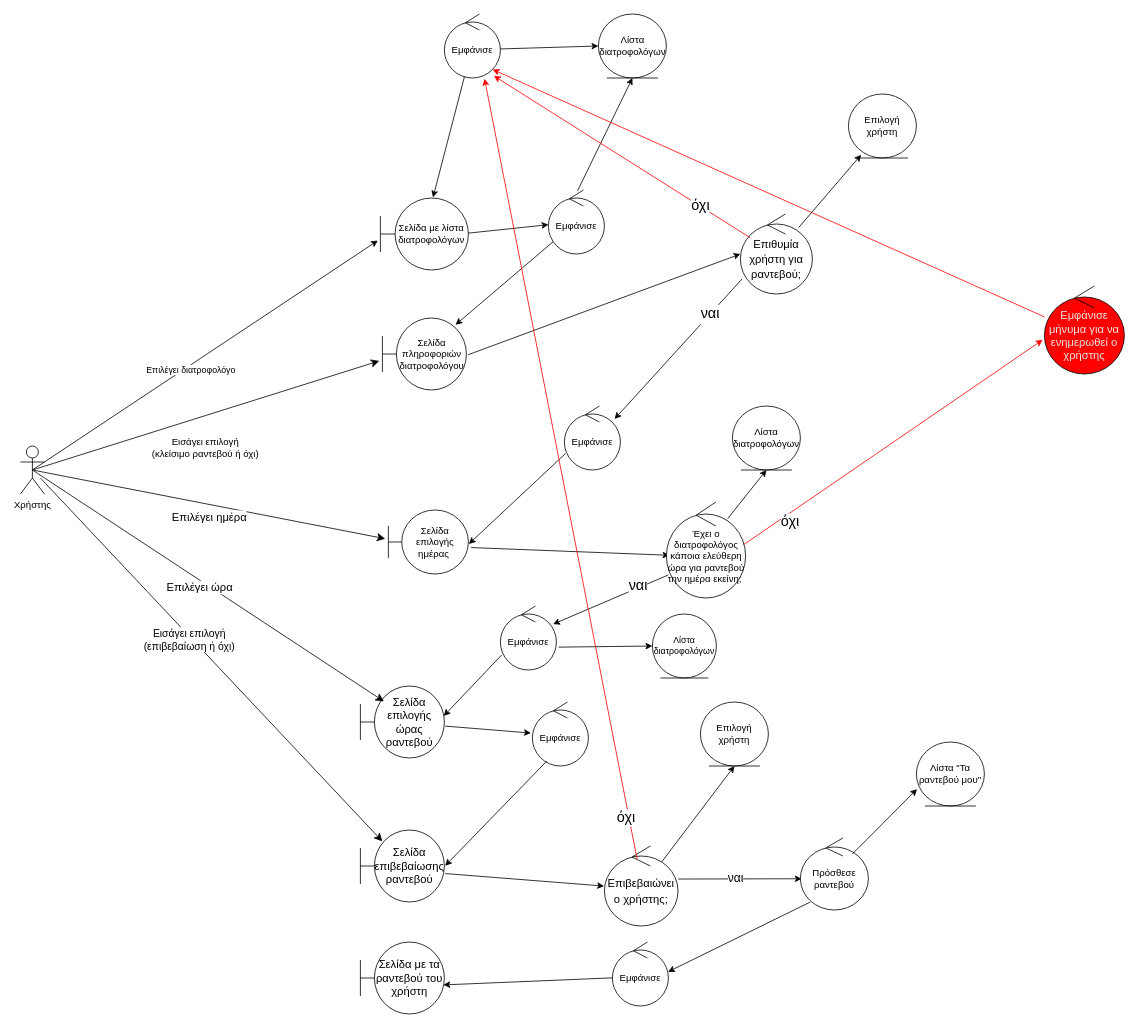
Above: ΠΕΜΠΤΟ ΠΑΡΑΔΟΤΕΟ/ΔΙΟΡΘΩΣΕΙΣ ΠΡΟΗΓΟΥΜΕΝΩΝ ΠΑΡΑΔΟΤΕΩΝ/Robustness-diagrams-v0.3/rd_ραντεβού_με_διατροφολόγο-v0.3.drawio in Dionkaps/Eu-Zin (draw.io), before the change. Source tidied: cells renumbered, new cells numbered last; positions are measured from the earlier drawing's top-left corner, leaving out a move shared by most shapes. Both pictures are drawn from the tidied source at 80%, with x=0, y=0 at pixel (20, 14).
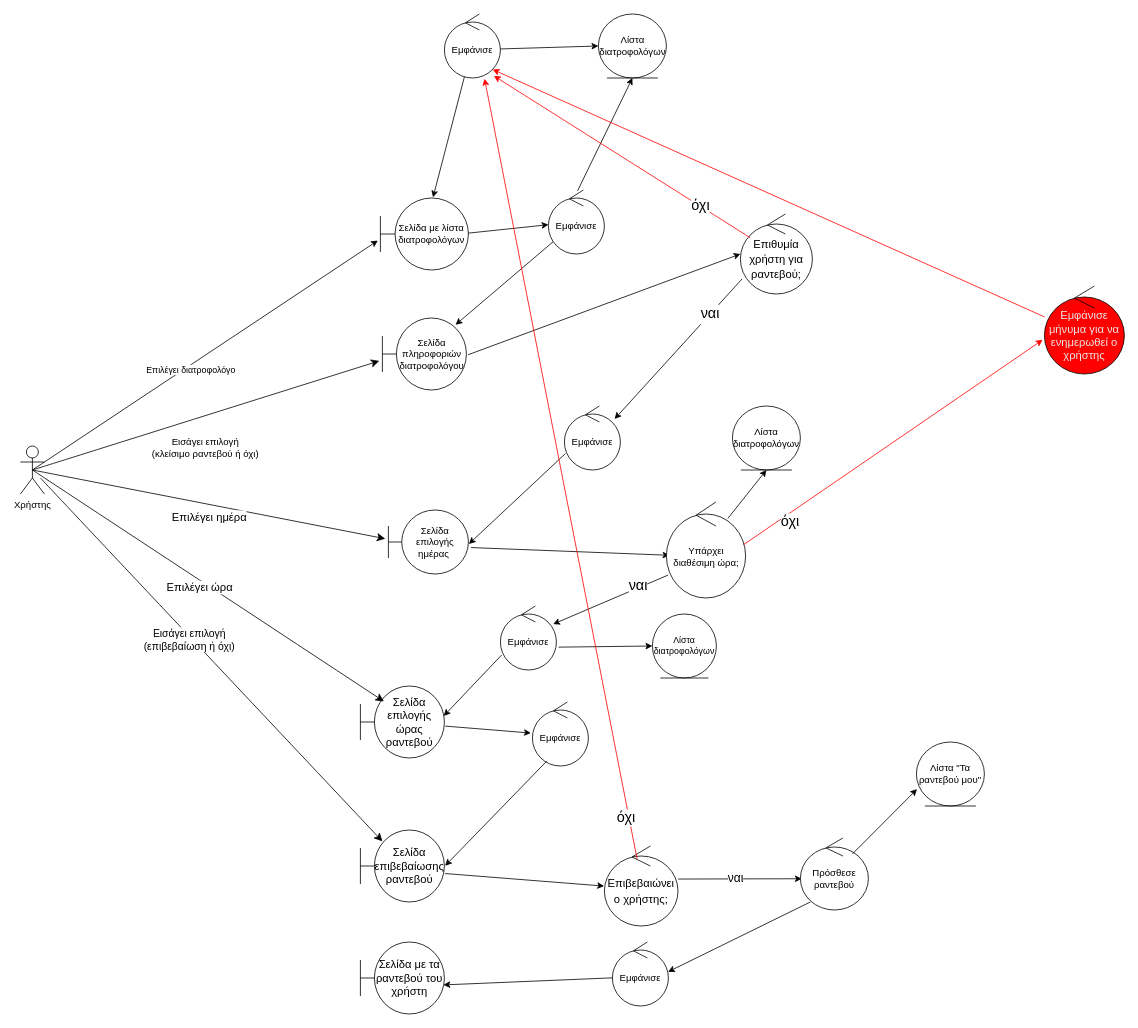
Above is the later version.

The change refers to these unchanged cells:
```xml
<mxCell id="17" value="&lt;span style=&quot;font-size: 14px;&quot;&gt;Επιθυμία χρήστη για ραντεβού;&lt;/span&gt;" style="ellipse;shape=umlControl;whiteSpace=wrap;html=1;fontSize=16;strokeColor=#000000;fontColor=#000000;" parent="1" vertex="1">
  <mxGeometry x="900" y="250" width="90" height="100" as="geometry" />
</mxCell>
<mxCell id="45" value="&lt;span style=&quot;font-size: 14px;&quot;&gt;Επιβεβαιώνει ο χρήστης;&lt;/span&gt;" style="ellipse;shape=umlControl;whiteSpace=wrap;html=1;fontSize=16;strokeColor=#000000;fontColor=#000000;" parent="1" vertex="1">
  <mxGeometry x="730" y="1040" width="92" height="100" as="geometry" />
</mxCell>
```

What changed in the source:
```diff
@@
-    <mxCell id="25" value="&lt;font style=&quot;font-size: 12px;&quot;&gt;&lt;font style=&quot;font-size: 12px;&quot;&gt;Έχει ο διατροφολόγος κάποια ελεύθερη ώρα για ραντεβού την ημέρα εκείνη&lt;/font&gt;;&amp;nbsp;&lt;/font&gt;" style="ellipse;shape=umlControl;whiteSpace=wrap;html=1;strokeColor=#000000;fontColor=#000000;fontSize=12;" parent="1" vertex="1">
+    <mxCell id="25" value="Υπάρχει διαθέσιμη ώρα;" style="ellipse;shape=umlControl;whiteSpace=wrap;html=1;strokeColor=#000000;fontColor=#000000;fontSize=12;" parent="1" vertex="1">
       <mxGeometry x="807.5" y="610" width="99" height="120" as="geometry" />
     </mxCell>
@@
-    <mxCell id="64" value="&lt;font&gt;Επιλογή χρήστη&lt;/font&gt;" style="ellipse;shape=umlEntity;whiteSpace=wrap;html=1;strokeColor=#000000;fontColor=#000000;" parent="1" vertex="1">
-      <mxGeometry x="850" y="860" width="85" height="80" as="geometry" />
-    </mxCell>
-    <mxCell id="65" style="endArrow=classic;html=1;rounded=0;exitX=0.777;exitY=0.201;exitDx=0;exitDy=0;exitPerimeter=0;entryX=0.5;entryY=1;entryDx=0;entryDy=0;" parent="1" edge="1" source="45" target="64">
-      <mxGeometry relative="1" as="geometry" />
-    </mxCell>
-    <mxCell id="66" value="&lt;font&gt;Επιλογή χρήστη&lt;/font&gt;" style="ellipse;shape=umlEntity;whiteSpace=wrap;html=1;strokeColor=#000000;fontColor=#000000;" parent="1" vertex="1">
-      <mxGeometry x="1035" y="100" width="85" height="80" as="geometry" />
-    </mxCell>
-    <mxCell id="67" style="endArrow=classic;html=1;rounded=0;exitX=0.809;exitY=0.17;exitDx=0;exitDy=0;exitPerimeter=0;entryX=0.187;entryY=0.95;entryDx=0;entryDy=0;entryPerimeter=0;" parent="1" edge="1" source="17" target="66">
-      <mxGeometry relative="1" as="geometry" />
-    </mxCell>
```
